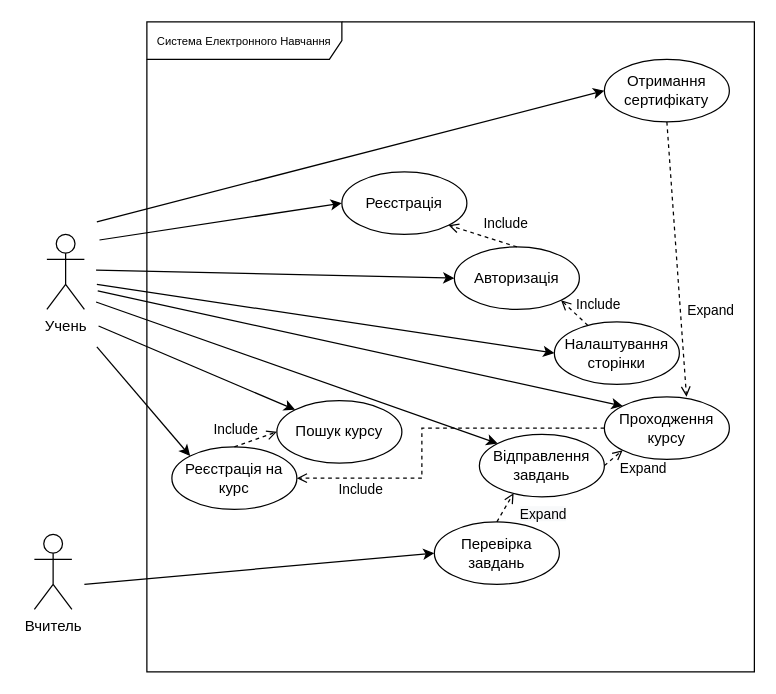
The draw.io diagram page "Діаграми прецедентів" (10 of 11) of Study-system.drawio in SlayVic/Charts, before the edit. Source tidied: cells renumbered, new cells numbered last; positions are measured from the earlier drawing's top-left corner, leaving out a move shared by most shapes. Both pictures are drawn from the tidied source at 125%, with x=0, y=0 at pixel (21, 21).
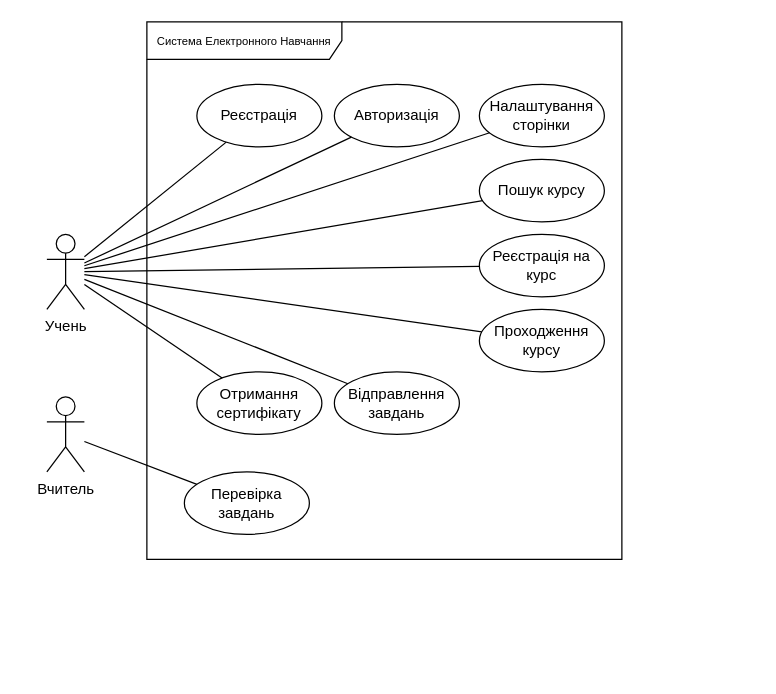
Above is the later version.

Commit message:
Class diagram

What changed in the source:
```diff
@@
-    <mxCell id="2" style="group;fillColor=none;" parent="1" vertex="1">
-      <mxGeometry x="10" y="160" width="50" height="100" as="geometry" />
-    </mxCell>
-    <mxCell id="3" style="rounded=0;whiteSpace=wrap;html=1;strokeColor=none;fillColor=none;" parent="2" vertex="1">
-      <mxGeometry width="50" height="100" as="geometry" />
-    </mxCell>
+    <mxCell id="8" value="&lt;span style=&quot;font-size: 9px;&quot;&gt;Система Електронного&amp;nbsp;&lt;/span&gt;&lt;span style=&quot;font-size: 9px;&quot;&gt;Навчання&lt;/span&gt;" style="shape=umlFrame;whiteSpace=wrap;html=1;width=156;height=30;" parent="1" vertex="1">
+      <mxGeometry x="100" width="380" height="430" as="geometry" />
+    </mxCell>
+    <mxCell id="41" style="edgeStyle=none;rounded=0;jettySize=auto;html=1;endArrow=none;endFill=0;" parent="1" edge="1" source="9" target="4">
+      <mxGeometry relative="1" as="geometry" />
+    </mxCell>
+    <mxCell id="9" value="Реєстрація" style="ellipse;whiteSpace=wrap;html=1;strokeColor=default;fillColor=none;" parent="1" vertex="1">
+      <mxGeometry x="140" y="50" width="100" height="50" as="geometry" />
+    </mxCell>
+    <mxCell id="12" value="Авторизація" style="ellipse;whiteSpace=wrap;html=1;strokeColor=default;fillColor=none;" parent="1" vertex="1">
+      <mxGeometry x="250" y="50" width="100" height="50" as="geometry" />
+    </mxCell>
+    <mxCell id="15" value="Налаштування сторінки" style="ellipse;whiteSpace=wrap;html=1;strokeColor=default;fillColor=none;" parent="1" vertex="1">
+      <mxGeometry x="366" y="50" width="100" height="50" as="geometry" />
+    </mxCell>
+    <mxCell id="42" style="edgeStyle=none;rounded=0;jettySize=auto;html=1;endArrow=none;endFill=0;" parent="1" edge="1" source="16" target="4">
+      <mxGeometry relative="1" as="geometry" />
+    </mxCell>
+    <mxCell id="16" value="Пошук курсу" style="ellipse;whiteSpace=wrap;html=1;strokeColor=default;fillColor=none;" parent="1" vertex="1">
+      <mxGeometry x="366" y="110" width="100" height="50" as="geometry" />
+    </mxCell>
+    <mxCell id="43" style="edgeStyle=none;rounded=0;jettySize=auto;html=1;endArrow=none;endFill=0;" parent="1" edge="1" source="19" target="4">
+      <mxGeometry relative="1" as="geometry" />
+    </mxCell>
+    <mxCell id="19" value="Реєстрація на курс" style="ellipse;whiteSpace=wrap;html=1;strokeColor=default;fillColor=none;" parent="1" vertex="1">
+      <mxGeometry x="366" y="170" width="100" height="50" as="geometry" />
+    </mxCell>
+    <mxCell id="27" value="Проходження курсу" style="ellipse;whiteSpace=wrap;html=1;strokeColor=default;fillColor=none;" parent="1" vertex="1">
+      <mxGeometry x="366" y="230" width="100" height="50" as="geometry" />
+    </mxCell>
+    <mxCell id="44" style="edgeStyle=none;rounded=0;jettySize=auto;html=1;endArrow=none;endFill=0;" parent="1" edge="1" source="29" target="7">
+      <mxGeometry relative="1" as="geometry" />
+    </mxCell>
+    <mxCell id="29" value="Перевірка завдань" style="ellipse;whiteSpace=wrap;html=1;strokeColor=default;fillColor=none;" parent="1" vertex="1">
+      <mxGeometry x="130" y="360" width="100" height="50" as="geometry" />
+    </mxCell>
+    <mxCell id="45" style="edgeStyle=none;rounded=0;jettySize=auto;html=1;endArrow=none;endFill=0;" parent="1" edge="1" source="32" target="4">
+      <mxGeometry relative="1" as="geometry" />
+    </mxCell>
+    <mxCell id="32" value="Відправлення завдань" style="ellipse;whiteSpace=wrap;html=1;strokeColor=default;fillColor=none;" parent="1" vertex="1">
+      <mxGeometry x="250" y="280" width="100" height="50" as="geometry" />
+    </mxCell>
+    <mxCell id="46" style="edgeStyle=none;rounded=0;jettySize=auto;html=1;endArrow=none;endFill=0;" parent="1" edge="1" source="37" target="4">
+      <mxGeometry relative="1" as="geometry" />
+    </mxCell>
+    <mxCell id="37" value="Отримання сертифікату" style="ellipse;whiteSpace=wrap;html=1;strokeColor=default;fillColor=none;" parent="1" vertex="1">
+      <mxGeometry x="140" y="280" width="100" height="50" as="geometry" />
+    </mxCell>
+    <mxCell id="7" value="Вчитель" style="shape=umlActor;verticalLabelPosition=bottom;verticalAlign=top;html=1;fillColor=none;" parent="1" vertex="1">
+      <mxGeometry x="20" y="300" width="30" height="60" as="geometry" />
+    </mxCell>
+    <mxCell id="47" style="rounded=0;jettySize=auto;html=1;endArrow=none;endFill=0;" parent="1" edge="1" source="4" target="12">
+      <mxGeometry relative="1" as="geometry" />
+    </mxCell>
+    <mxCell id="48" style="edgeStyle=none;rounded=0;jettySize=auto;html=1;endArrow=none;endFill=0;" parent="1" edge="1" source="4" target="15">
+      <mxGeometry relative="1" as="geometry" />
+    </mxCell>
+    <mxCell id="49" style="edgeStyle=none;rounded=0;jettySize=auto;html=1;endArrow=none;endFill=0;" parent="1" edge="1" source="4" target="27">
+      <mxGeometry relative="1" as="geometry" />
+    </mxCell>
-    <mxCell id="4" value="Учень" style="shape=umlActor;verticalLabelPosition=bottom;verticalAlign=top;html=1;fillColor=none;" parent="2" vertex="1">
-      <mxGeometry x="10" y="10" width="30" height="60" as="geometry" />
+    <mxCell id="4" value="Учень" style="shape=umlActor;verticalLabelPosition=bottom;verticalAlign=top;html=1;fillColor=none;" parent="1" vertex="1">
+      <mxGeometry x="20" y="170" width="30" height="60" as="geometry" />
     </mxCell>
-    <mxCell id="5" style="group;strokeColor=none;fillColor=none;" parent="1" vertex="1">
-      <mxGeometry y="400" width="50" height="100" as="geometry" />
-    </mxCell>
-    <mxCell id="6" style="rounded=0;whiteSpace=wrap;html=1;strokeColor=none;fillColor=none;" parent="5" vertex="1">
-      <mxGeometry width="50" height="100" as="geometry" />
-    </mxCell>
-    <mxCell id="7" value="Вчитель" style="shape=umlActor;verticalLabelPosition=bottom;verticalAlign=top;html=1;fillColor=none;" parent="5" vertex="1">
-      <mxGeometry x="10" y="10" width="30" height="60" as="geometry" />
-    </mxCell>
-    <mxCell id="8" value="&lt;span style=&quot;font-size: 9px;&quot;&gt;Система Електронного&amp;nbsp;&lt;/span&gt;&lt;span style=&quot;font-size: 9px;&quot;&gt;Навчання&lt;/span&gt;" style="shape=umlFrame;whiteSpace=wrap;html=1;width=156;height=30;" parent="1" vertex="1">
-      <mxGeometry x="100" width="486" height="520" as="geometry" />
-    </mxCell>
-    <mxCell id="9" value="Реєстрація" style="ellipse;whiteSpace=wrap;html=1;strokeColor=default;fillColor=none;" parent="1" vertex="1">
-      <mxGeometry x="256" y="120" width="100" height="50" as="geometry" />
-    </mxCell>
-    <mxCell id="10" style="edgeStyle=none;rounded=0;jettySize=auto;html=1;exitX=0.5;exitY=0;exitDx=0;exitDy=0;entryX=1;entryY=1;entryDx=0;entryDy=0;dashed=1;endArrow=open;endFill=0;" parent="1" edge="1" source="12" target="9">
-      <mxGeometry relative="1" as="geometry" />
-    </mxCell>
-    <mxCell id="11" value="Include" style="edgeLabel;html=1;align=center;verticalAlign=middle;labelBackgroundColor=none;" parent="10" vertex="1">
-      <mxGeometry x="0.27" relative="1" as="geometry">
-        <mxPoint x="25" y="-9" as="offset" />
-      </mxGeometry>
-    </mxCell>
-    <mxCell id="12" value="Авторизація" style="ellipse;whiteSpace=wrap;html=1;strokeColor=default;fillColor=none;" parent="1" vertex="1">
-      <mxGeometry x="346" y="180" width="100" height="50" as="geometry" />
-    </mxCell>
-    <mxCell id="13" style="edgeStyle=none;rounded=0;jettySize=auto;html=1;entryX=1;entryY=1;entryDx=0;entryDy=0;dashed=1;endArrow=open;endFill=0;" parent="1" edge="1" source="15" target="12">
-      <mxGeometry relative="1" as="geometry" />
-    </mxCell>
-    <mxCell id="14" value="&lt;span style=&quot;&quot;&gt;Include&lt;/span&gt;" style="edgeLabel;html=1;align=center;verticalAlign=middle;labelBackgroundColor=none;" parent="13" vertex="1">
-      <mxGeometry x="0.37" y="-1" relative="1" as="geometry">
-        <mxPoint x="22" y="-3" as="offset" />
-      </mxGeometry>
-    </mxCell>
-    <mxCell id="15" value="Налаштування сторінки" style="ellipse;whiteSpace=wrap;html=1;strokeColor=default;fillColor=none;" parent="1" vertex="1">
-      <mxGeometry x="426" y="240" width="100" height="50" as="geometry" />
-    </mxCell>
-    <mxCell id="16" value="Пошук курсу" style="ellipse;whiteSpace=wrap;html=1;strokeColor=default;fillColor=none;" parent="1" vertex="1">
-      <mxGeometry x="204" y="303" width="100" height="50" as="geometry" />
-    </mxCell>
-    <mxCell id="17" style="edgeStyle=none;rounded=0;jettySize=auto;html=1;exitX=0.5;exitY=0;exitDx=0;exitDy=0;dashed=1;endArrow=open;endFill=0;entryX=0;entryY=0.5;entryDx=0;entryDy=0;" parent="1" edge="1" source="19" target="16">
-      <mxGeometry relative="1" as="geometry" />
-    </mxCell>
-    <mxCell id="18" value="&lt;span style=&quot;&quot;&gt;Include&lt;/span&gt;" style="edgeLabel;html=1;align=center;verticalAlign=middle;labelBackgroundColor=none;" parent="17" vertex="1">
-      <mxGeometry x="-0.55" y="1" relative="1" as="geometry">
-        <mxPoint x="-7" y="-11" as="offset" />
-      </mxGeometry>
-    </mxCell>
-    <mxCell id="19" value="Реєстрація на курс" style="ellipse;whiteSpace=wrap;html=1;strokeColor=default;fillColor=none;" parent="1" vertex="1">
-      <mxGeometry x="120" y="340" width="100" height="50" as="geometry" />
-    </mxCell>
-    <mxCell id="20" style="rounded=0;jettySize=auto;html=1;exitX=1.042;exitY=0.145;exitDx=0;exitDy=0;entryX=0;entryY=0.5;entryDx=0;entryDy=0;exitPerimeter=0;" parent="1" edge="1" source="3" target="9">
-      <mxGeometry relative="1" as="geometry" />
-    </mxCell>
-    <mxCell id="21" style="edgeStyle=none;rounded=0;jettySize=auto;html=1;exitX=0.987;exitY=0.386;exitDx=0;exitDy=0;entryX=0;entryY=0.5;entryDx=0;entryDy=0;exitPerimeter=0;" parent="1" edge="1" source="3" target="12">
-      <mxGeometry relative="1" as="geometry" />
-    </mxCell>
-    <mxCell id="22" style="edgeStyle=none;rounded=0;jettySize=auto;html=1;exitX=1;exitY=0.5;exitDx=0;exitDy=0;entryX=0;entryY=0.5;entryDx=0;entryDy=0;" parent="1" edge="1" source="3" target="15">
-      <mxGeometry relative="1" as="geometry" />
-    </mxCell>
-    <mxCell id="23" style="edgeStyle=none;rounded=0;jettySize=auto;html=1;entryX=0;entryY=0;entryDx=0;entryDy=0;exitX=1.027;exitY=0.833;exitDx=0;exitDy=0;exitPerimeter=0;" parent="1" edge="1" source="3" target="16">
-      <mxGeometry relative="1" as="geometry" />
-    </mxCell>
-    <mxCell id="24" style="edgeStyle=none;rounded=0;jettySize=auto;html=1;exitX=1;exitY=1;exitDx=0;exitDy=0;entryX=0;entryY=0;entryDx=0;entryDy=0;" parent="1" edge="1" source="3" target="19">
-      <mxGeometry relative="1" as="geometry" />
-    </mxCell>
-    <mxCell id="25" style="edgeStyle=none;shape=connector;rounded=0;jettySize=auto;html=1;exitX=1;exitY=0.5;exitDx=0;exitDy=0;entryX=0;entryY=1;entryDx=0;entryDy=0;dashed=1;labelBackgroundColor=default;fontFamily=Helvetica;fontSize=11;fontColor=default;endArrow=open;endFill=0;strokeColor=default;" parent="1" edge="1" source="32" target="27">
-      <mxGeometry relative="1" as="geometry" />
-    </mxCell>
-    <mxCell id="26" value="Expand" style="edgeLabel;html=1;align=center;verticalAlign=middle;fontSize=11;fontFamily=Helvetica;fontColor=default;" parent="25" vertex="1">
-      <mxGeometry x="0.34" y="-1" relative="1" as="geometry">
-        <mxPoint x="20" y="9" as="offset" />
-      </mxGeometry>
-    </mxCell>
-    <mxCell id="27" value="Проходження курсу" style="ellipse;whiteSpace=wrap;html=1;strokeColor=default;fillColor=none;" parent="1" vertex="1">
-      <mxGeometry x="466" y="300" width="100" height="50" as="geometry" />
-    </mxCell>
-    <mxCell id="28" style="edgeStyle=none;shape=connector;rounded=0;jettySize=auto;html=1;exitX=1.014;exitY=0.552;exitDx=0;exitDy=0;entryX=0;entryY=0;entryDx=0;entryDy=0;labelBackgroundColor=default;fontFamily=Helvetica;fontSize=11;fontColor=default;endArrow=classic;strokeColor=default;exitPerimeter=0;" parent="1" edge="1" source="3" target="27">
-      <mxGeometry relative="1" as="geometry" />
-    </mxCell>
-    <mxCell id="29" value="Перевірка завдань" style="ellipse;whiteSpace=wrap;html=1;strokeColor=default;fillColor=none;" parent="1" vertex="1">
-      <mxGeometry x="330" y="400" width="100" height="50" as="geometry" />
-    </mxCell>
-    <mxCell id="30" style="edgeStyle=none;shape=connector;rounded=0;jettySize=auto;html=1;exitX=0.5;exitY=0;exitDx=0;exitDy=0;entryX=0.274;entryY=0.94;entryDx=0;entryDy=0;dashed=1;labelBackgroundColor=default;fontFamily=Helvetica;fontSize=11;fontColor=default;endArrow=open;endFill=0;strokeColor=default;entryPerimeter=0;" parent="1" edge="1" source="29" target="32">
-      <mxGeometry relative="1" as="geometry" />
-    </mxCell>
-    <mxCell id="31" value="&lt;span style=&quot;background-color: rgb(248, 249, 250);&quot;&gt;Expand&lt;/span&gt;" style="edgeLabel;html=1;align=center;verticalAlign=middle;fontSize=11;fontFamily=Helvetica;fontColor=default;" parent="30" vertex="1">
-      <mxGeometry x="0.23" y="1" relative="1" as="geometry">
-        <mxPoint x="29" y="8" as="offset" />
-      </mxGeometry>
-    </mxCell>
-    <mxCell id="32" value="Відправлення завдань" style="ellipse;whiteSpace=wrap;html=1;strokeColor=default;fillColor=none;" parent="1" vertex="1">
-      <mxGeometry x="366" y="330" width="100" height="50" as="geometry" />
-    </mxCell>
-    <mxCell id="33" style="edgeStyle=none;shape=connector;rounded=0;jettySize=auto;html=1;exitX=0.987;exitY=0.641;exitDx=0;exitDy=0;entryX=0;entryY=0;entryDx=0;entryDy=0;labelBackgroundColor=default;fontFamily=Helvetica;fontSize=11;fontColor=default;endArrow=classic;strokeColor=default;exitPerimeter=0;" parent="1" edge="1" source="3" target="32">
-      <mxGeometry relative="1" as="geometry" />
-    </mxCell>
-    <mxCell id="34" style="edgeStyle=none;shape=connector;rounded=0;jettySize=auto;html=1;exitX=1;exitY=0.5;exitDx=0;exitDy=0;entryX=0;entryY=0.5;entryDx=0;entryDy=0;labelBackgroundColor=default;fontFamily=Helvetica;fontSize=11;fontColor=default;endArrow=classic;strokeColor=default;" parent="1" edge="1" source="6" target="29">
-      <mxGeometry relative="1" as="geometry" />
-    </mxCell>
-    <mxCell id="35" style="edgeStyle=orthogonalEdgeStyle;rounded=0;jettySize=auto;html=1;exitX=0;exitY=0.5;exitDx=0;exitDy=0;dashed=1;endArrow=open;endFill=0;entryX=1;entryY=0.5;entryDx=0;entryDy=0;" parent="1" edge="1" source="27" target="19">
-      <mxGeometry relative="1" as="geometry">
-        <Array as="points">
-          <mxPoint x="320" y="325" />
-          <mxPoint x="320" y="365" />
-        </Array>
-      </mxGeometry>
-    </mxCell>
-    <mxCell id="36" value="&lt;span style=&quot;&quot;&gt;Include&lt;/span&gt;" style="edgeLabel;html=1;align=center;verticalAlign=middle;labelBackgroundColor=none;" parent="35" vertex="1">
-      <mxGeometry x="-0.55" y="1" relative="1" as="geometry">
-        <mxPoint x="-132" y="47" as="offset" />
-      </mxGeometry>
-    </mxCell>
-    <mxCell id="37" value="Отримання сертифікату" style="ellipse;whiteSpace=wrap;html=1;strokeColor=default;fillColor=none;" parent="1" vertex="1">
-      <mxGeometry x="466" y="30" width="100" height="50" as="geometry" />
-    </mxCell>
-    <mxCell id="38" style="edgeStyle=none;shape=connector;rounded=0;jettySize=auto;html=1;exitX=0.5;exitY=1;exitDx=0;exitDy=0;entryX=0.657;entryY=-0.003;entryDx=0;entryDy=0;dashed=1;labelBackgroundColor=default;fontFamily=Helvetica;fontSize=11;fontColor=default;endArrow=open;endFill=0;strokeColor=default;entryPerimeter=0;" parent="1" edge="1" source="37" target="27">
-      <mxGeometry relative="1" as="geometry" />
-    </mxCell>
-    <mxCell id="39" value="Expand" style="edgeLabel;html=1;align=center;verticalAlign=middle;fontSize=11;fontFamily=Helvetica;fontColor=default;" parent="38" vertex="1">
-      <mxGeometry x="0.34" y="-1" relative="1" as="geometry">
-        <mxPoint x="25" y="3" as="offset" />
-      </mxGeometry>
-    </mxCell>
-    <mxCell id="40" style="edgeStyle=none;shape=connector;rounded=0;jettySize=auto;html=1;exitX=1;exitY=0;exitDx=0;exitDy=0;entryX=0;entryY=0.5;entryDx=0;entryDy=0;labelBackgroundColor=default;fontFamily=Helvetica;fontSize=11;fontColor=default;endArrow=classic;strokeColor=default;" parent="1" edge="1" source="3" target="37">
-      <mxGeometry relative="1" as="geometry" />
-    </mxCell>
```
